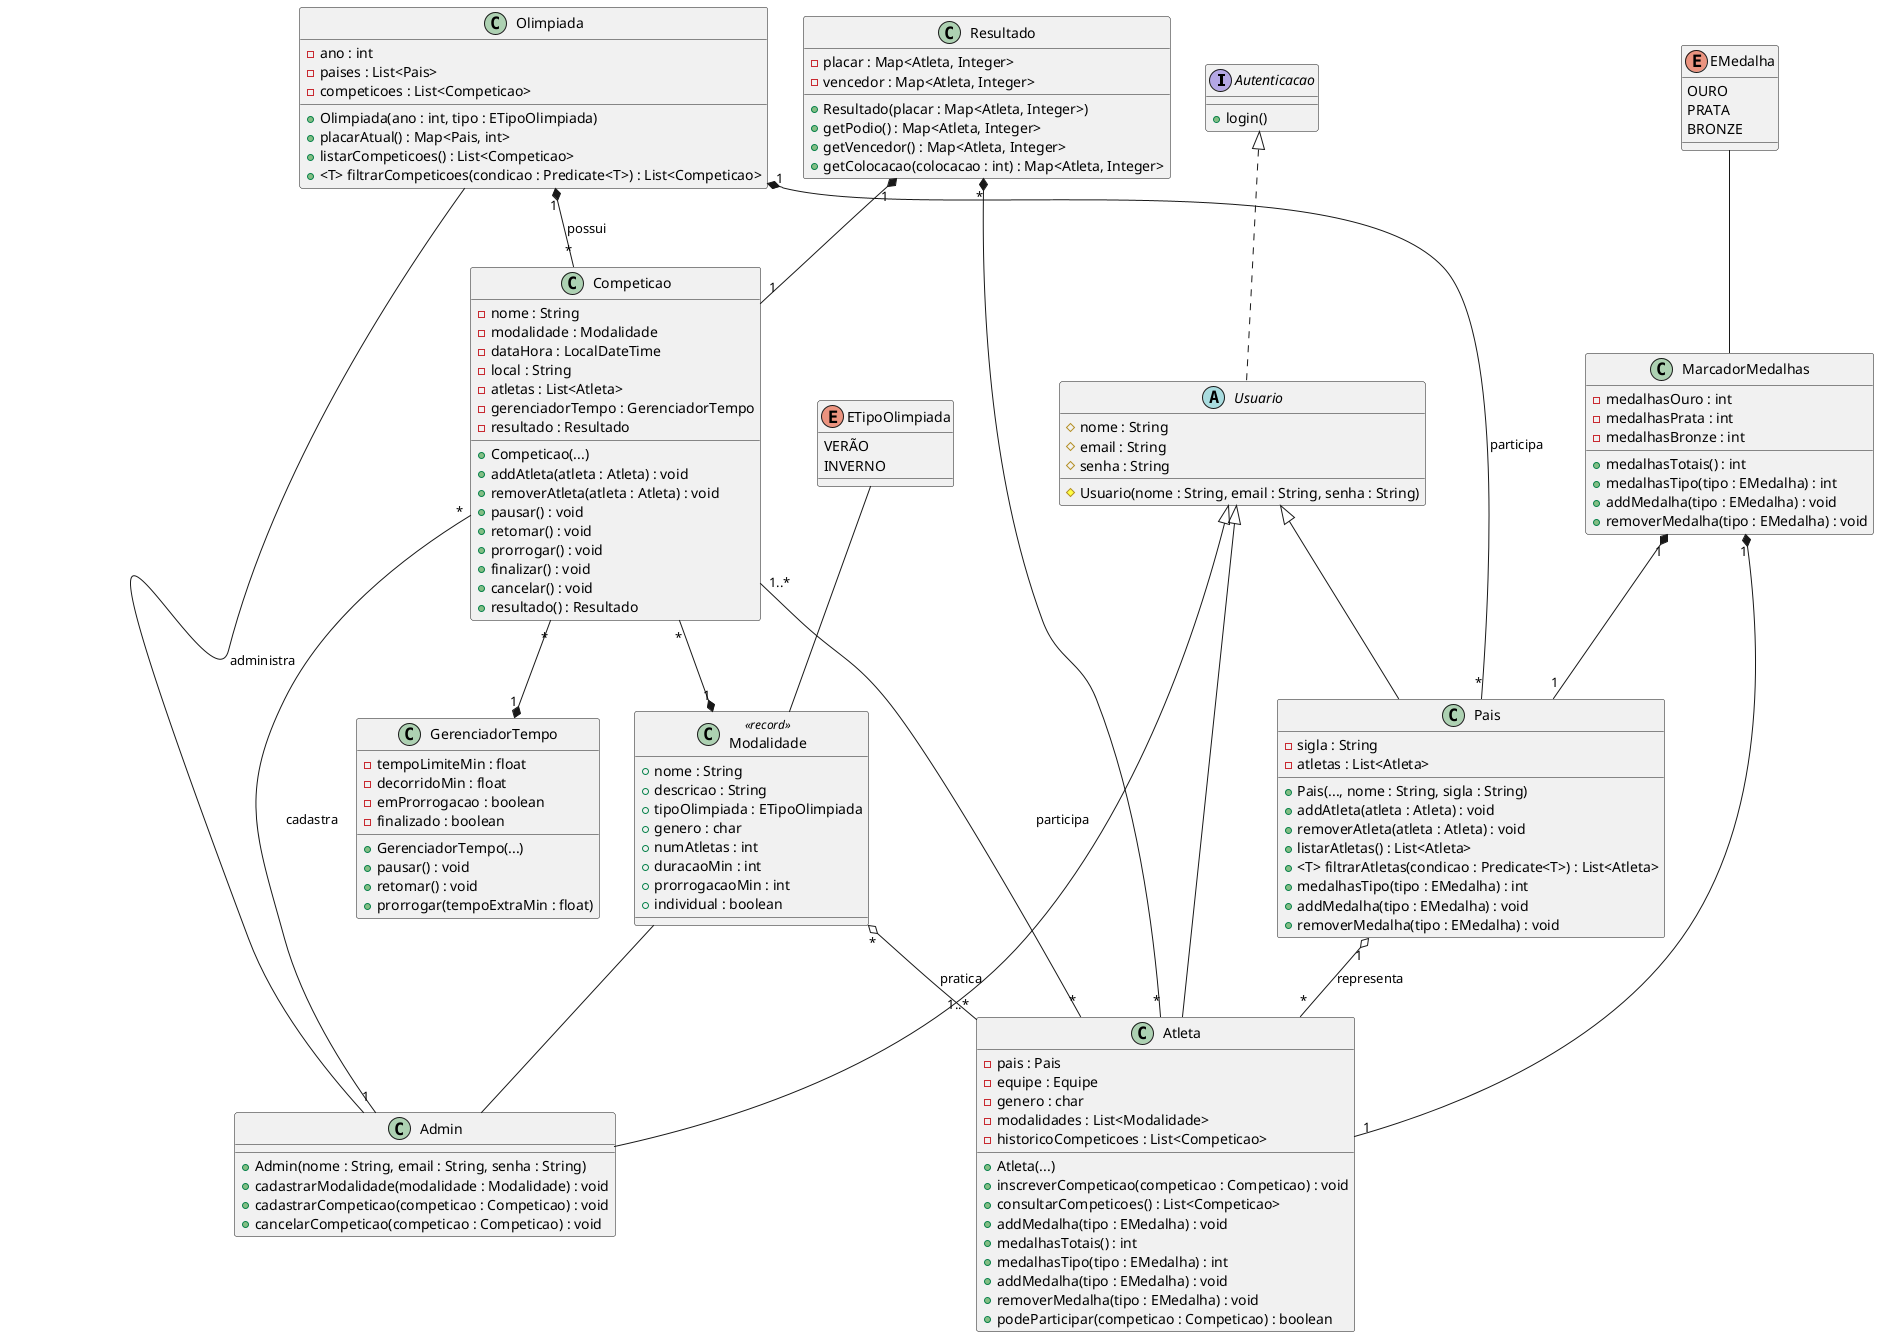
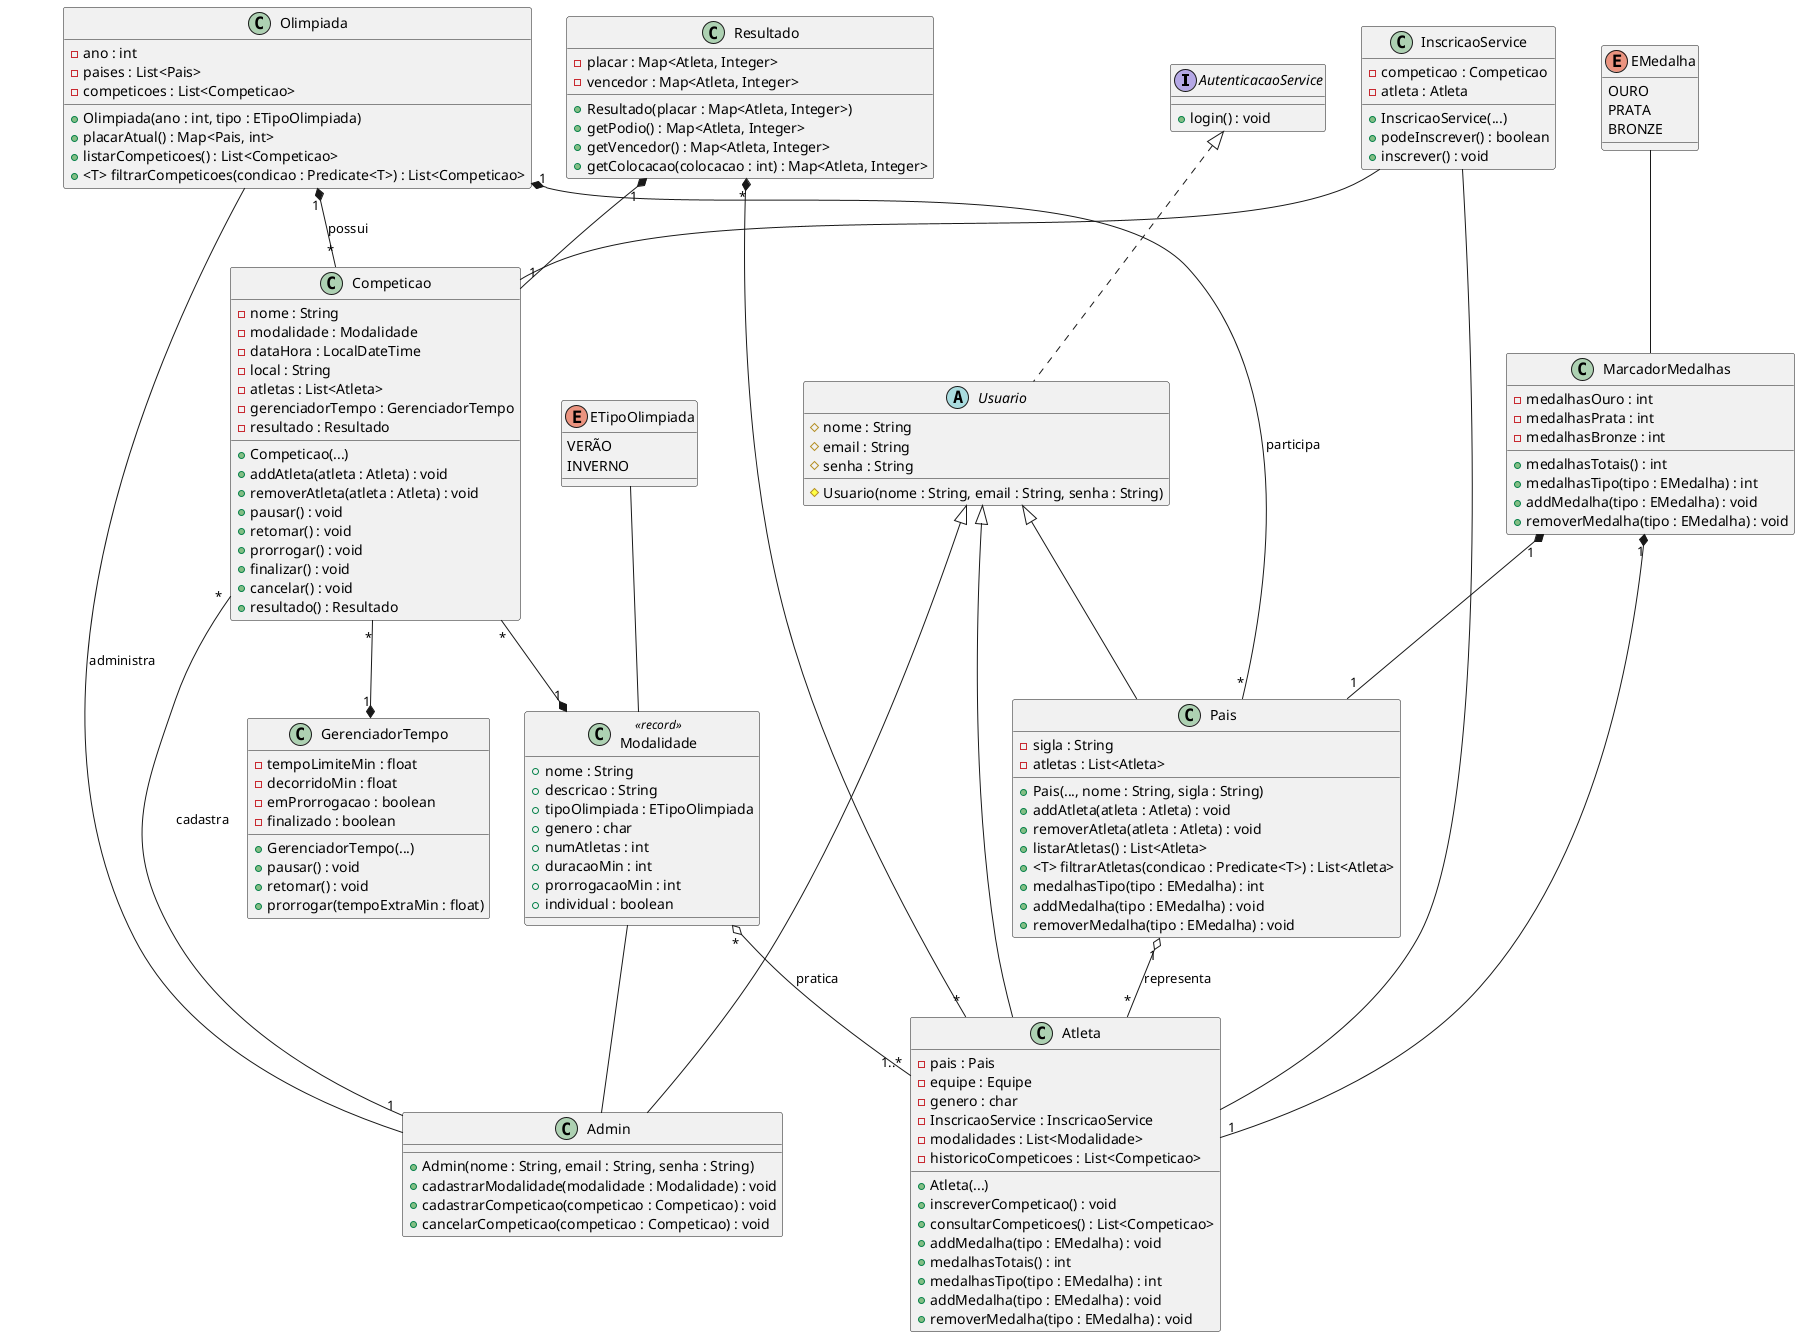
@startuml diagrama-classe
- interface Autenticacao {
-     + login()
+ interface AutenticacaoService {
+     + login() : void
}
- Autenticacao <|.. Usuario
+ AutenticacaoService <|.. Usuario

abstract class Usuario {
    # nome : String
    # email : String
    # senha : String
    # Usuario(nome : String, email : String, senha : String)
}

class Admin {
    + Admin(nome : String, email : String, senha : String)
    + cadastrarModalidade(modalidade : Modalidade) : void
    + cadastrarCompeticao(competicao : Competicao) : void
    + cancelarCompeticao(competicao : Competicao) : void
}
Usuario <|-- Admin

class MarcadorMedalhas {
    - medalhasOuro : int
    - medalhasPrata : int
    - medalhasBronze : int
    + medalhasTotais() : int
    + medalhasTipo(tipo : EMedalha) : int
    + addMedalha(tipo : EMedalha) : void
    + removerMedalha(tipo : EMedalha) : void
}
MarcadorMedalhas "1" *-- "1" Pais
MarcadorMedalhas "1" *-- "1" Atleta

class Pais {
    - sigla : String
    - atletas : List<Atleta>
    + Pais(..., nome : String, sigla : String)
    + addAtleta(atleta : Atleta) : void
    + removerAtleta(atleta : Atleta) : void
    + listarAtletas() : List<Atleta>
    + <T> filtrarAtletas(condicao : Predicate<T>) : List<Atleta>
    + medalhasTipo(tipo : EMedalha) : int
    + addMedalha(tipo : EMedalha) : void
    + removerMedalha(tipo : EMedalha) : void
}
Usuario <|-- Pais

class Atleta {
    - pais : Pais
    - equipe : Equipe
    - genero : char
+     - InscricaoService : InscricaoService
    - modalidades : List<Modalidade>
    - historicoCompeticoes : List<Competicao>
    + Atleta(...)
-     + inscreverCompeticao(competicao : Competicao) : void
+     + inscreverCompeticao() : void
    + consultarCompeticoes() : List<Competicao>
    + addMedalha(tipo : EMedalha) : void
    + medalhasTotais() : int
    + medalhasTipo(tipo : EMedalha) : int
    + addMedalha(tipo : EMedalha) : void
    + removerMedalha(tipo : EMedalha) : void
-     + podeParticipar(competicao : Competicao) : boolean
}
Usuario <|-- Atleta
Pais "1" o-- "*" Atleta : representa

class Modalidade <<record>>{
    + nome : String
    + descricao : String
    + tipoOlimpiada : ETipoOlimpiada
    + genero : char
    + numAtletas : int
    + duracaoMin : int
    + prorrogacaoMin : int
    + individual : boolean
}
Modalidade -- Admin
Modalidade "*" o-- "1..*" Atleta : pratica
+ 
+ class InscricaoService {
+     - competicao : Competicao
+     - atleta : Atleta
+     + InscricaoService(...)
+     + podeInscrever() : boolean
+     + inscrever() : void
+ }
+ InscricaoService -- Competicao
+ InscricaoService -- Atleta

class GerenciadorTempo {
    - tempoLimiteMin : float
    - decorridoMin : float
    - emProrrogacao : boolean
    - finalizado : boolean
    + GerenciadorTempo(...)
    + pausar() : void
    + retomar() : void
    + prorrogar(tempoExtraMin : float)
}

class Competicao {
    - nome : String
    - modalidade : Modalidade
    - dataHora : LocalDateTime
    - local : String
    - atletas : List<Atleta>
    - gerenciadorTempo : GerenciadorTempo
    - resultado : Resultado
    + Competicao(...)
    + addAtleta(atleta : Atleta) : void
    + removerAtleta(atleta : Atleta) : void
    + pausar() : void
    + retomar() : void
    + prorrogar() : void
    + finalizar() : void
    + cancelar() : void
    + resultado() : Resultado
}
Competicao "*" --* "1" GerenciadorTempo
Competicao "*" --* "1" Modalidade
Competicao "*" -- "1" Admin : cadastra
- Competicao "1..*" -- "*" Atleta : participa

class Resultado {
    - placar : Map<Atleta, Integer>
    - vencedor : Map<Atleta, Integer>
    + Resultado(placar : Map<Atleta, Integer>)
    + getPodio() : Map<Atleta, Integer>
    + getVencedor() : Map<Atleta, Integer>
    + getColocacao(colocacao : int) : Map<Atleta, Integer>
}
Resultado "1" *-- "1" Competicao
Resultado "*" *-- "*" Atleta

enum EMedalha {
    OURO
    PRATA
    BRONZE
}
EMedalha -- MarcadorMedalhas

class Olimpiada {
    - ano : int
    - paises : List<Pais>
    - competicoes : List<Competicao>
    + Olimpiada(ano : int, tipo : ETipoOlimpiada)
    + placarAtual() : Map<Pais, int>
    + listarCompeticoes() : List<Competicao>
    + <T> filtrarCompeticoes(condicao : Predicate<T>) : List<Competicao>
}
Olimpiada "1" *-- "*" Pais : participa
Olimpiada "1" *-- "*" Competicao : possui
Olimpiada -- Admin : administra

enum ETipoOlimpiada {
    VERÃO
    INVERNO
}
ETipoOlimpiada -- Modalidade

@enduml